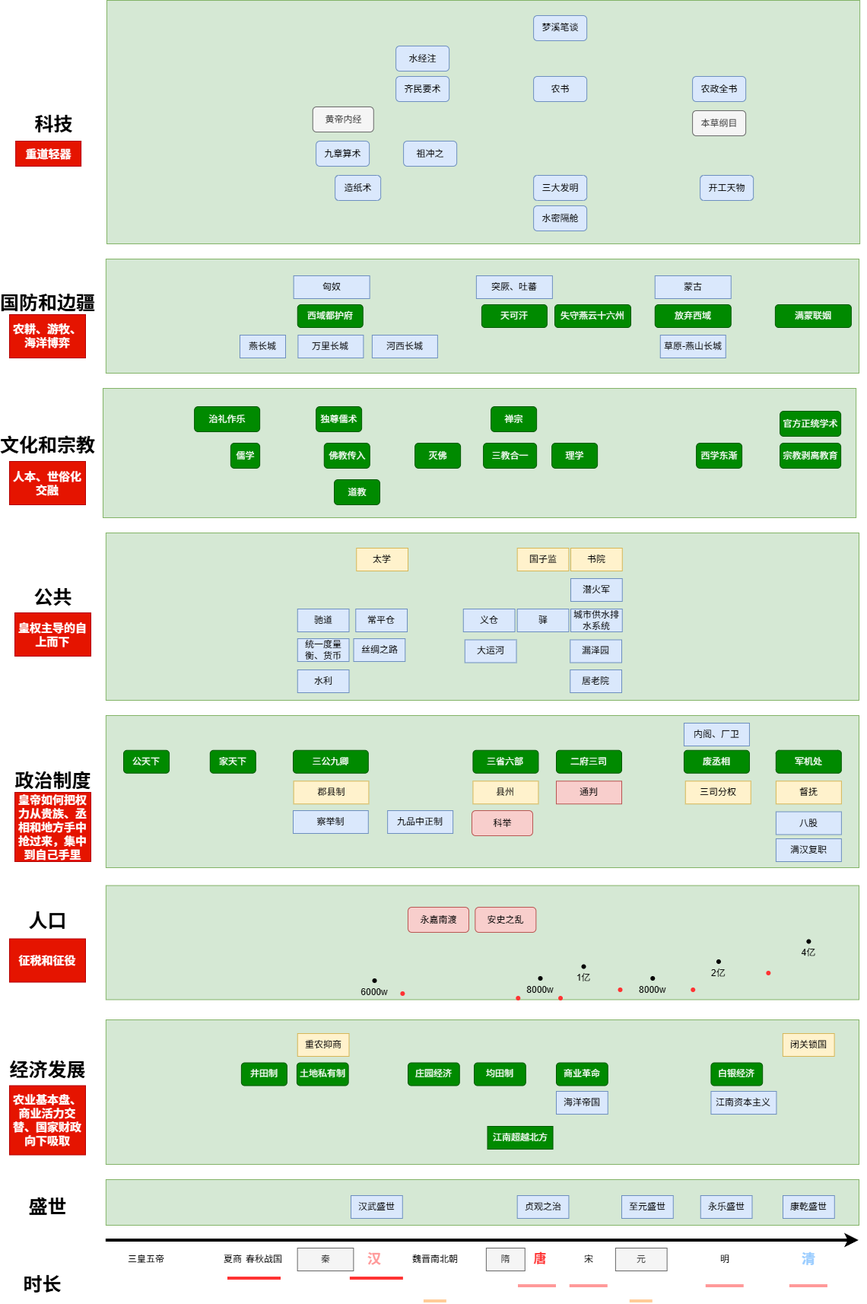
The draw.io diagram image/cn.drawio.png in codefossil/livingbook, before a commit. Source tidied: cells renumbered, new cells last; positions are measured from the earlier drawing's top-left corner, leaving out a move shared by most shapes.
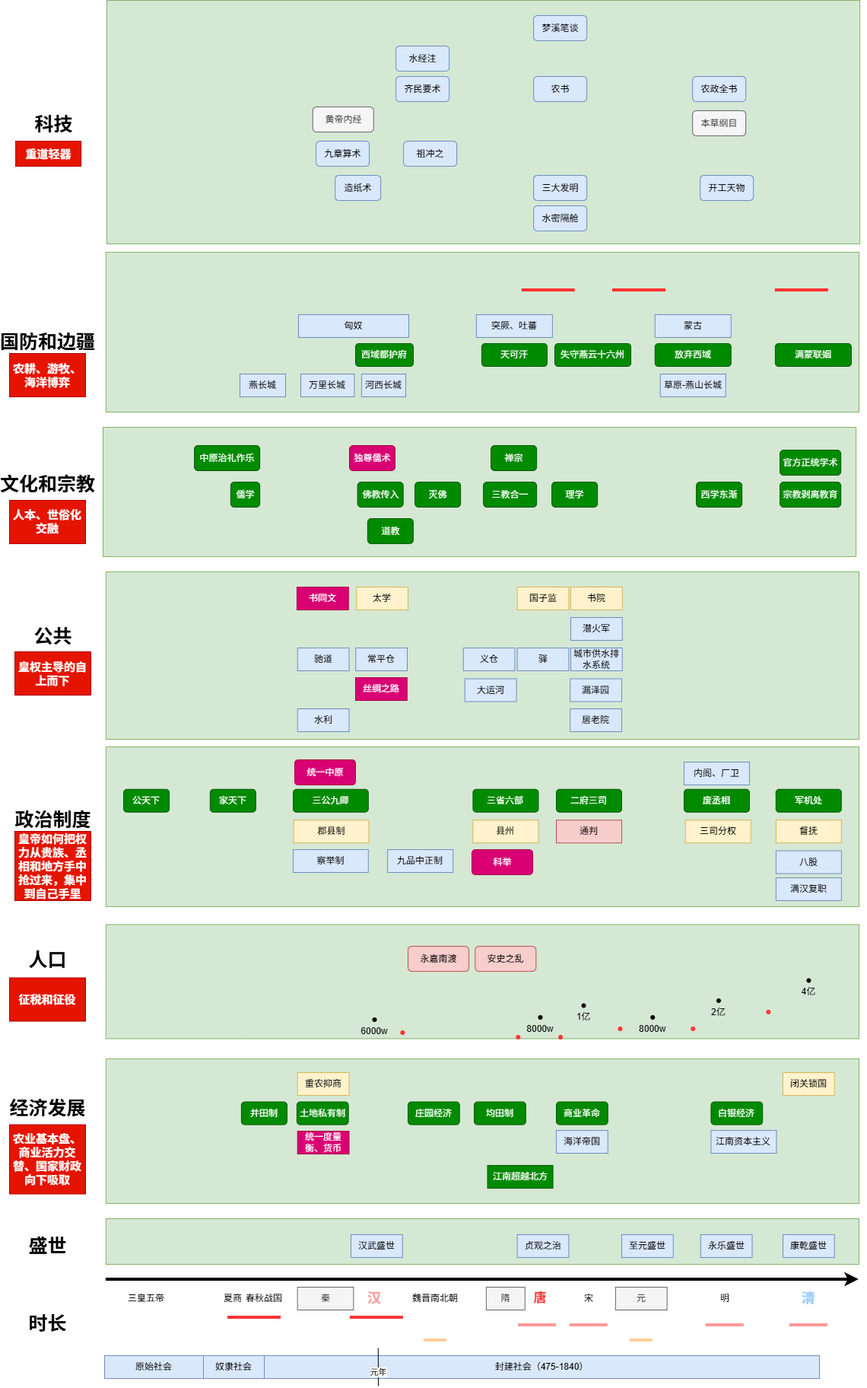
The same file after the commit.

Diff of the diagram source:
```diff
@@ -35,6 +35,6 @@
     <mxCell id="11" style="rounded=0;html=1;align=center;verticalAlign=middle;fontStyle=0;fontSize=12;sketch=0;shadow=0;fillColor=#d5e8d4;strokeColor=#82b366;" parent="1" vertex="1">
-      <mxGeometry x="128" width="990.1" height="320" as="geometry" />
+      <mxGeometry x="128" y="-51" width="990.1" height="320" as="geometry" />
     </mxCell>
     <mxCell id="12" value="科技" style="fillColor=none;strokeColor=none;html=1;fontColor=#000000;align=center;verticalAlign=middle;fontStyle=1;fontSize=25;shadow=0;" parent="1" vertex="1">
-      <mxGeometry x="15.1" y="145" width="86" height="33" as="geometry" />
+      <mxGeometry x="15.1" y="94" width="86" height="33" as="geometry" />
     </mxCell>
@@ -47,6 +47,6 @@
     <mxCell id="15" value="黄帝内经" style="rounded=1;fillColor=#f5f5f5;strokeColor=#666666;html=1;align=center;verticalAlign=middle;fontStyle=0;fontSize=12;sketch=0;shadow=0;fontColor=#333333;" parent="1" vertex="1">
-      <mxGeometry x="398.8" y="140" width="80" height="33" as="geometry" />
+      <mxGeometry x="398.8" y="89" width="80" height="33" as="geometry" />
     </mxCell>
-    <mxCell id="16" value="独尊儒术" style="rounded=1;fillColor=#008a00;strokeColor=#005700;html=1;align=center;verticalAlign=middle;fontStyle=0;fontSize=12;sketch=0;shadow=0;fontColor=#ffffff;" parent="1" vertex="1">
-      <mxGeometry x="403.1" y="534" width="60" height="33" as="geometry" />
+    <mxCell id="16" value="独尊儒术" style="rounded=1;fillColor=#d80073;strokeColor=#A50040;html=1;align=center;verticalAlign=middle;fontStyle=0;fontSize=12;sketch=0;shadow=0;fontColor=#ffffff;" parent="1" vertex="1">
+      <mxGeometry x="447" y="534" width="60" height="33" as="geometry" />
     </mxCell>
@@ -56,3 +56,3 @@
     <mxCell id="18" style="rounded=0;html=1;align=center;verticalAlign=middle;fontStyle=0;fontSize=12;sketch=0;shadow=0;fillColor=#d5e8d4;strokeColor=#82b366;" parent="1" vertex="1">
-      <mxGeometry x="126.9" y="940" width="990.1" height="200" as="geometry" />
+      <mxGeometry x="126.9" y="930" width="990.1" height="210" as="geometry" />
     </mxCell>
@@ -77,3 +77,3 @@
     <mxCell id="25" style="rounded=0;html=1;align=center;verticalAlign=middle;fontStyle=0;fontSize=12;sketch=0;shadow=0;fillColor=#d5e8d4;strokeColor=#82b366;" parent="1" vertex="1">
-      <mxGeometry x="126.9" y="340" width="990.1" height="150" as="geometry" />
+      <mxGeometry x="126.9" y="280" width="990.1" height="210" as="geometry" />
     </mxCell>
@@ -113,6 +113,6 @@
     <mxCell id="37" value="佛教传入" style="rounded=1;fillColor=#008a00;strokeColor=#005700;html=1;align=center;verticalAlign=middle;fontStyle=0;fontSize=12;sketch=0;shadow=0;fontColor=#ffffff;" parent="1" vertex="1">
-      <mxGeometry x="413.8" y="582" width="60" height="33" as="geometry" />
+      <mxGeometry x="457.6" y="582" width="60" height="33" as="geometry" />
     </mxCell>
     <mxCell id="38" value="道教" style="rounded=1;fillColor=#008a00;strokeColor=#005700;html=1;align=center;verticalAlign=middle;fontStyle=0;fontSize=12;sketch=0;shadow=0;fontColor=#ffffff;" parent="1" vertex="1">
-      <mxGeometry x="427" y="630" width="60" height="33" as="geometry" />
+      <mxGeometry x="470.9" y="630" width="60" height="33" as="geometry" />
     </mxCell>
@@ -136,3 +136,3 @@
     </mxCell>
-    <mxCell id="45" value="治礼作乐" style="rounded=1;fillColor=#008a00;strokeColor=#005700;html=1;align=center;verticalAlign=middle;fontStyle=0;fontSize=12;sketch=0;shadow=0;fontColor=#ffffff;" parent="1" vertex="1">
+    <mxCell id="45" value="中原治礼作乐" style="rounded=1;fillColor=#008a00;strokeColor=#005700;html=1;align=center;verticalAlign=middle;fontStyle=0;fontSize=12;sketch=0;shadow=0;fontColor=#ffffff;" parent="1" vertex="1">
       <mxGeometry x="243.1" y="534" width="86" height="33" as="geometry" />
@@ -157,3 +157,3 @@
     </mxCell>
-    <mxCell id="52" value="科举" style="rounded=1;fillColor=#f8cecc;strokeColor=#b85450;html=1;align=center;verticalAlign=middle;fontStyle=0;fontSize=12;sketch=0;shadow=0;" parent="1" vertex="1">
+    <mxCell id="52" value="科举" style="rounded=1;fillColor=#d80073;strokeColor=#A50040;html=1;align=center;verticalAlign=middle;fontStyle=0;fontSize=12;sketch=0;shadow=0;fontColor=#ffffff;" parent="1" vertex="1">
       <mxGeometry x="608" y="1065" width="80" height="33" as="geometry" />
@@ -226,4 +226,4 @@
     </mxCell>
-    <mxCell id="75" value="统一度量衡、货币" style="text;html=1;strokeColor=#6c8ebf;fillColor=#dae8fc;align=center;verticalAlign=middle;whiteSpace=wrap;rounded=0;" parent="1" vertex="1">
-      <mxGeometry x="378.8" y="839" width="67.8" height="30" as="geometry" />
+    <mxCell id="75" value="统一度量衡、货币" style="text;html=1;strokeColor=#A50040;fillColor=#d80073;align=center;verticalAlign=middle;whiteSpace=wrap;rounded=0;fontColor=#ffffff;" parent="1" vertex="1">
+      <mxGeometry x="378.8" y="1435" width="67.8" height="30" as="geometry" />
     </mxCell>
@@ -232,4 +232,4 @@
     </mxCell>
-    <mxCell id="77" value="丝绸之路" style="text;html=1;strokeColor=#6c8ebf;fillColor=#dae8fc;align=center;verticalAlign=middle;whiteSpace=wrap;rounded=0;" parent="1" vertex="1">
-      <mxGeometry x="452.5" y="839" width="67.8" height="30" as="geometry" />
+    <mxCell id="77" value="丝绸之路" style="text;html=1;strokeColor=#A50040;fillColor=#d80073;align=center;verticalAlign=middle;whiteSpace=wrap;rounded=0;fontColor=#ffffff;" parent="1" vertex="1">
+      <mxGeometry x="455" y="839" width="67.8" height="30" as="geometry" />
     </mxCell>
@@ -290,3 +290,3 @@
     <mxCell id="96" value="万里长城" style="text;html=1;strokeColor=#6c8ebf;fillColor=#dae8fc;align=center;verticalAlign=middle;whiteSpace=wrap;rounded=0;" parent="1" vertex="1">
-      <mxGeometry x="379.4" y="440" width="86" height="30" as="geometry" />
+      <mxGeometry x="383" y="440" width="70.4" height="30" as="geometry" />
     </mxCell>
@@ -296,3 +296,3 @@
     <mxCell id="98" value="河西长城" style="text;html=1;strokeColor=#6c8ebf;fillColor=#dae8fc;align=center;verticalAlign=middle;whiteSpace=wrap;rounded=0;" parent="1" vertex="1">
-      <mxGeometry x="476.9" y="440" width="86" height="30" as="geometry" />
+      <mxGeometry x="462.9" y="440" width="58.1" height="30" as="geometry" />
     </mxCell>
@@ -302,3 +302,3 @@
     <mxCell id="100" value="西域都护府" style="text;html=1;strokeColor=#005700;fillColor=#008a00;align=center;verticalAlign=middle;whiteSpace=wrap;rounded=1;fontColor=#ffffff;roundedPerimeter=1;glass=0;" parent="1" vertex="1">
-      <mxGeometry x="378.8" y="400" width="86" height="30" as="geometry" />
+      <mxGeometry x="455" y="400" width="76" height="30" as="geometry" />
     </mxCell>
@@ -317,3 +317,3 @@
     <mxCell id="105" value="匈奴" style="text;html=1;strokeColor=#6c8ebf;fillColor=#dae8fc;align=center;verticalAlign=middle;whiteSpace=wrap;rounded=0;" parent="1" vertex="1">
-      <mxGeometry x="373.6" y="362" width="100" height="30" as="geometry" />
+      <mxGeometry x="380" y="362" width="145" height="30" as="geometry" />
     </mxCell>
@@ -329,36 +329,36 @@
     <mxCell id="109" value="九章算术" style="rounded=1;fillColor=#dae8fc;strokeColor=#6c8ebf;html=1;align=center;verticalAlign=middle;fontStyle=0;fontSize=12;sketch=0;shadow=0;" parent="1" vertex="1">
-      <mxGeometry x="403.1" y="185" width="70" height="33" as="geometry" />
+      <mxGeometry x="403.1" y="134" width="70" height="33" as="geometry" />
     </mxCell>
     <mxCell id="110" value="造纸术" style="rounded=1;fillColor=#dae8fc;strokeColor=#6c8ebf;html=1;align=center;verticalAlign=middle;fontStyle=0;fontSize=12;sketch=0;shadow=0;" parent="1" vertex="1">
-      <mxGeometry x="428.1" y="230" width="60" height="33" as="geometry" />
+      <mxGeometry x="428.1" y="179" width="60" height="33" as="geometry" />
     </mxCell>
     <mxCell id="111" value="齐民要术" style="rounded=1;fillColor=#dae8fc;strokeColor=#6c8ebf;html=1;align=center;verticalAlign=middle;fontStyle=0;fontSize=12;sketch=0;shadow=0;" parent="1" vertex="1">
-      <mxGeometry x="508.1" y="100" width="70" height="33" as="geometry" />
+      <mxGeometry x="508.1" y="49" width="70" height="33" as="geometry" />
     </mxCell>
     <mxCell id="112" value="水经注" style="rounded=1;fillColor=#dae8fc;strokeColor=#6c8ebf;html=1;align=center;verticalAlign=middle;fontStyle=0;fontSize=12;sketch=0;shadow=0;" parent="1" vertex="1">
-      <mxGeometry x="508.1" y="60" width="70" height="33" as="geometry" />
+      <mxGeometry x="508.1" y="9" width="70" height="33" as="geometry" />
     </mxCell>
     <mxCell id="113" value="祖冲之" style="rounded=1;fillColor=#dae8fc;strokeColor=#6c8ebf;html=1;align=center;verticalAlign=middle;fontStyle=0;fontSize=12;sketch=0;shadow=0;" parent="1" vertex="1">
-      <mxGeometry x="518.1" y="185" width="70" height="33" as="geometry" />
+      <mxGeometry x="518.1" y="134" width="70" height="33" as="geometry" />
     </mxCell>
     <mxCell id="114" value="三大发明" style="rounded=1;fillColor=#dae8fc;strokeColor=#6c8ebf;html=1;align=center;verticalAlign=middle;fontStyle=0;fontSize=12;sketch=0;shadow=0;" parent="1" vertex="1">
-      <mxGeometry x="689.1" y="230" width="70" height="33" as="geometry" />
+      <mxGeometry x="689.1" y="179" width="70" height="33" as="geometry" />
     </mxCell>
     <mxCell id="115" value="梦溪笔谈" style="rounded=1;fillColor=#dae8fc;strokeColor=#6c8ebf;html=1;align=center;verticalAlign=middle;fontStyle=0;fontSize=12;sketch=0;shadow=0;" parent="1" vertex="1">
-      <mxGeometry x="689.1" y="20" width="70" height="33" as="geometry" />
+      <mxGeometry x="689.1" y="-31" width="70" height="33" as="geometry" />
     </mxCell>
     <mxCell id="116" value="农书" style="rounded=1;fillColor=#dae8fc;strokeColor=#6c8ebf;html=1;align=center;verticalAlign=middle;fontStyle=0;fontSize=12;sketch=0;shadow=0;" parent="1" vertex="1">
-      <mxGeometry x="689.1" y="100" width="70" height="33" as="geometry" />
+      <mxGeometry x="689.1" y="49" width="70" height="33" as="geometry" />
     </mxCell>
     <mxCell id="117" value="水密隔舱" style="rounded=1;fillColor=#dae8fc;strokeColor=#6c8ebf;html=1;align=center;verticalAlign=middle;fontStyle=0;fontSize=12;sketch=0;shadow=0;" parent="1" vertex="1">
-      <mxGeometry x="689.1" y="270" width="70" height="33" as="geometry" />
+      <mxGeometry x="689.1" y="219" width="70" height="33" as="geometry" />
     </mxCell>
     <mxCell id="118" value="农政全书" style="rounded=1;fillColor=#dae8fc;strokeColor=#6c8ebf;html=1;align=center;verticalAlign=middle;fontStyle=0;fontSize=12;sketch=0;shadow=0;" parent="1" vertex="1">
-      <mxGeometry x="898.1" y="100" width="70" height="33" as="geometry" />
+      <mxGeometry x="898.1" y="49" width="70" height="33" as="geometry" />
     </mxCell>
     <mxCell id="119" value="开工天物" style="rounded=1;fillColor=#dae8fc;strokeColor=#6c8ebf;html=1;align=center;verticalAlign=middle;fontStyle=0;fontSize=12;sketch=0;shadow=0;" parent="1" vertex="1">
-      <mxGeometry x="908.1" y="230" width="70" height="33" as="geometry" />
+      <mxGeometry x="908.1" y="179" width="70" height="33" as="geometry" />
     </mxCell>
     <mxCell id="120" value="本草纲目" style="rounded=1;fillColor=#f5f5f5;strokeColor=#666666;html=1;align=center;verticalAlign=middle;fontStyle=0;fontSize=12;sketch=0;shadow=0;fontColor=#333333;" parent="1" vertex="1">
-      <mxGeometry x="898.1" y="145" width="70" height="33" as="geometry" />
+      <mxGeometry x="898.1" y="94" width="70" height="33" as="geometry" />
     </mxCell>
@@ -413,3 +413,3 @@
     <mxCell id="129" value="时长" style="fillColor=none;strokeColor=none;html=1;fontColor=#000000;align=center;verticalAlign=middle;fontStyle=1;fontSize=25;shadow=0;" parent="1" vertex="1">
-      <mxGeometry y="1670" width="86" height="33" as="geometry" />
+      <mxGeometry x="7" y="1670" width="86" height="33" as="geometry" />
     </mxCell>
@@ -446,3 +446,3 @@
     <mxCell id="140" value="重道轻器" style="fillColor=#e51400;strokeColor=#B20000;html=1;align=center;verticalAlign=middle;fontStyle=1;fontSize=15;shadow=0;fontColor=#ffffff;" parent="1" vertex="1">
-      <mxGeometry x="8.1" y="185" width="86" height="33" as="geometry" />
+      <mxGeometry x="8.1" y="134" width="86" height="33" as="geometry" />
     </mxCell>
@@ -466,2 +466,44 @@
     </mxCell>
+    <mxCell id="147" style="endArrow=none;html=1;strokeWidth=4;shape=filledEdge;endFill=0;strokeColor=#FF3333;" parent="1" edge="1">
+      <mxGeometry relative="1" as="geometry">
+        <mxPoint x="793" y="330" as="sourcePoint" />
+        <mxPoint x="863" y="330" as="targetPoint" />
+      </mxGeometry>
+    </mxCell>
+    <mxCell id="148" style="endArrow=none;html=1;strokeWidth=4;shape=filledEdge;endFill=0;strokeColor=#FF3333;" parent="1" edge="1">
+      <mxGeometry relative="1" as="geometry">
+        <mxPoint x="1006.9" y="330" as="sourcePoint" />
+        <mxPoint x="1076.9" y="330" as="targetPoint" />
+      </mxGeometry>
+    </mxCell>
+    <mxCell id="149" style="endArrow=none;html=1;strokeWidth=4;shape=filledEdge;endFill=0;strokeColor=#FF3333;" parent="1" edge="1">
+      <mxGeometry relative="1" as="geometry">
+        <mxPoint x="673.8" y="330" as="sourcePoint" />
+        <mxPoint x="743.8" y="330" as="targetPoint" />
+      </mxGeometry>
+    </mxCell>
+    <mxCell id="150" value="书同文" style="text;html=1;strokeColor=#A50040;fillColor=#d80073;align=center;verticalAlign=middle;whiteSpace=wrap;rounded=0;fontColor=#ffffff;" parent="1" vertex="1">
+      <mxGeometry x="378" y="720" width="67.8" height="30" as="geometry" />
+    </mxCell>
+    <mxCell id="151" value="统一中原" style="rounded=1;fillColor=#d80073;strokeColor=#A50040;html=1;align=center;verticalAlign=middle;fontStyle=0;fontSize=12;sketch=0;shadow=0;fontColor=#ffffff;" parent="1" vertex="1">
+      <mxGeometry x="375" y="947" width="80" height="33" as="geometry" />
+    </mxCell>
+    <mxCell id="152" value="封建社会（475-1840）" style="text;html=1;strokeColor=#6c8ebf;fillColor=#dae8fc;align=center;verticalAlign=middle;whiteSpace=wrap;rounded=0;" parent="1" vertex="1">
+      <mxGeometry x="335" y="1730" width="730" height="30" as="geometry" />
+    </mxCell>
+    <mxCell id="153" value="奴隶社会" style="text;html=1;strokeColor=#6c8ebf;fillColor=#dae8fc;align=center;verticalAlign=middle;whiteSpace=wrap;rounded=0;" parent="1" vertex="1">
+      <mxGeometry x="255" y="1730" width="80" height="30" as="geometry" />
+    </mxCell>
+    <mxCell id="154" value="原始社会" style="text;html=1;strokeColor=#6c8ebf;fillColor=#dae8fc;align=center;verticalAlign=middle;whiteSpace=wrap;rounded=0;" parent="1" vertex="1">
+      <mxGeometry x="125" y="1730" width="130" height="30" as="geometry" />
+    </mxCell>
+    <mxCell id="155" style="endArrow=none;html=1;" parent="1" edge="1">
+      <mxGeometry relative="1" as="geometry">
+        <mxPoint x="485" y="1770" as="sourcePoint" />
+        <mxPoint x="484.8" y="1720" as="targetPoint" />
+      </mxGeometry>
+    </mxCell>
+    <mxCell id="156" value="元年" style="edgeLabel;html=1;align=center;verticalAlign=middle;inheritText=1;" parent="155" vertex="1">
+      <mxGeometry x="-0.25" relative="1" as="geometry" />
+    </mxCell>
   </root>
```
